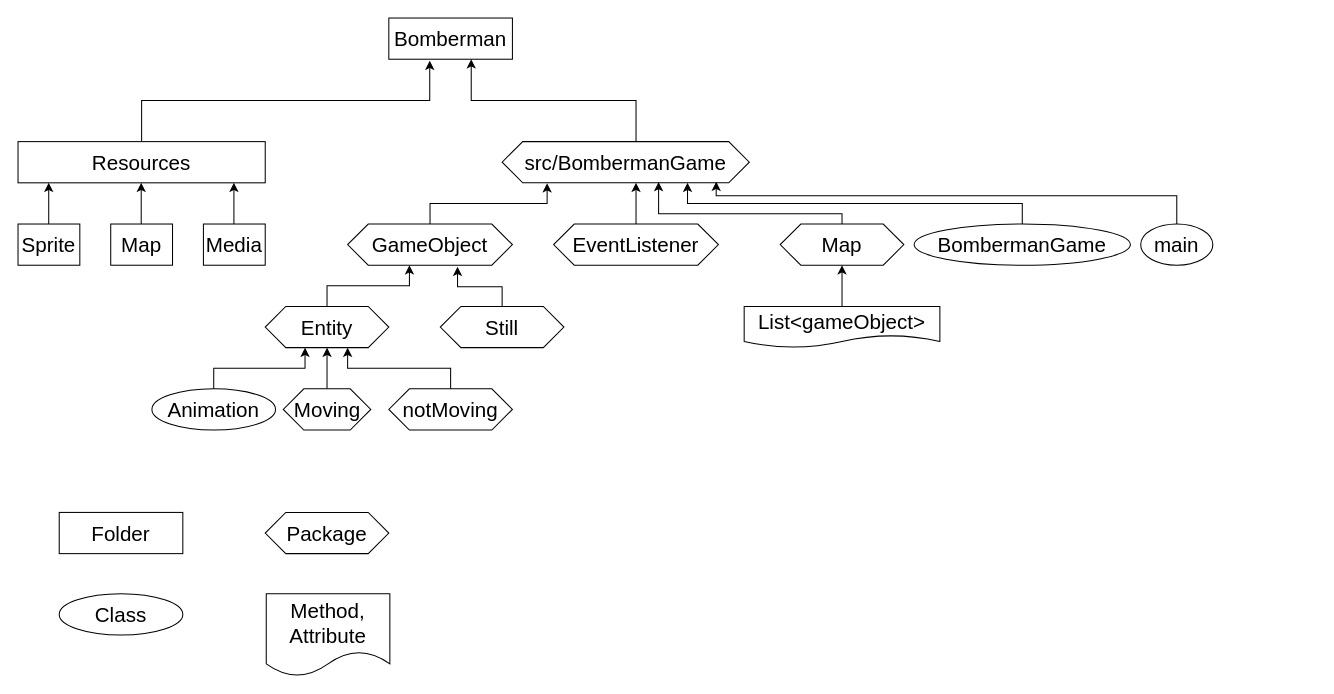
Above: diagram.drawio in duoccn1uet/BombermanGame (draw.io), before the change. Source tidied: cells renumbered, new cells numbered last; positions are measured from the earlier drawing's top-left corner, leaving out a move shared by most shapes. Both pictures are drawn from the tidied source at 103%, with x=0, y=0 at pixel (18, 18).
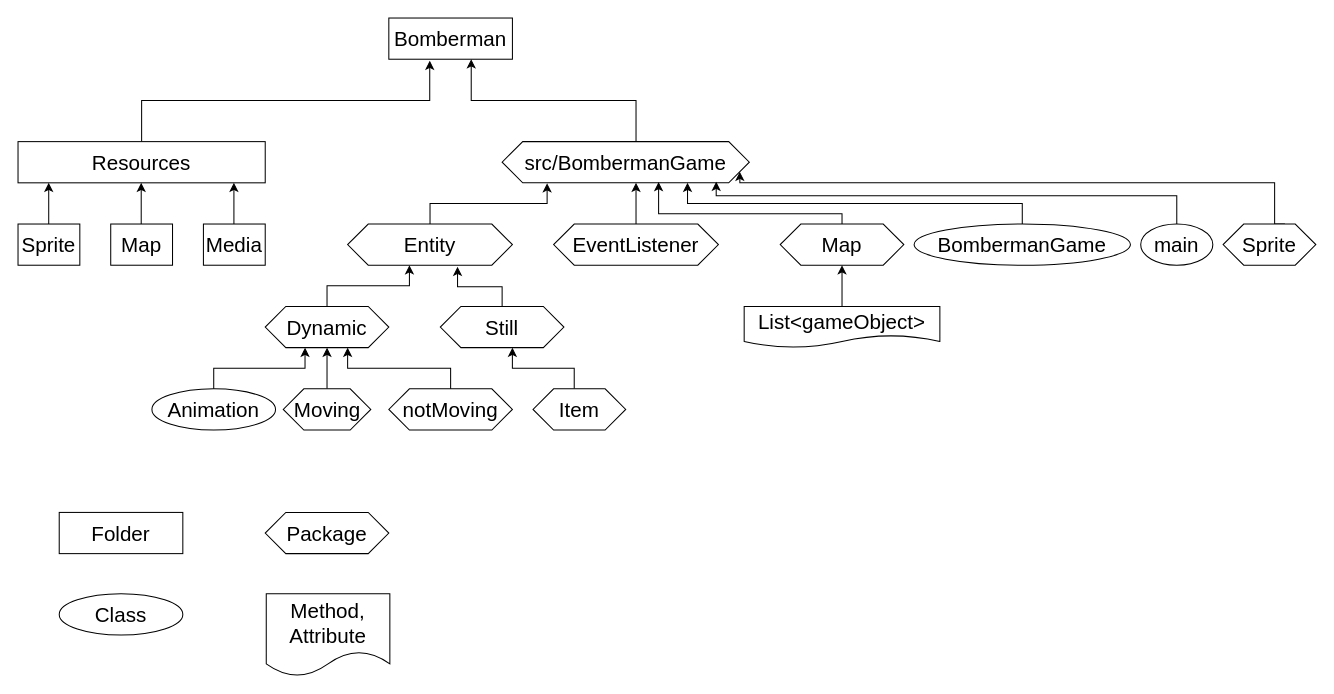
The same page after the edit.

Unchanged cells that the change refers to:
```xml
<mxCell id="12" value="src/BombermanGame" style="shape=hexagon;perimeter=hexagonPerimeter2;whiteSpace=wrap;html=1;fixedSize=1;fontFamily=Helvetica;fontSize=20;" parent="1" vertex="1">
  <mxGeometry x="470" y="120" width="240" height="40" as="geometry" />
</mxCell>
<mxCell id="24" value="Still" style="shape=hexagon;perimeter=hexagonPerimeter2;whiteSpace=wrap;html=1;fixedSize=1;fontFamily=Helvetica;fontSize=20;" parent="1" vertex="1">
  <mxGeometry x="410" y="280" width="120" height="40" as="geometry" />
</mxCell>
```

Diff of the diagram source:
```diff
@@
-    <mxCell id="14" value="GameObject" style="shape=hexagon;perimeter=hexagonPerimeter2;whiteSpace=wrap;html=1;fixedSize=1;fontFamily=Helvetica;fontSize=20;" parent="1" vertex="1">
+    <mxCell id="14" value="Entity" style="shape=hexagon;perimeter=hexagonPerimeter2;whiteSpace=wrap;html=1;fixedSize=1;fontFamily=Helvetica;fontSize=20;" parent="1" vertex="1">
       <mxGeometry x="320" y="200" width="160" height="40" as="geometry" />
     </mxCell>
@@
-    <mxCell id="16" value="Entity" style="shape=hexagon;perimeter=hexagonPerimeter2;whiteSpace=wrap;html=1;fixedSize=1;fontFamily=Helvetica;fontSize=20;" parent="1" vertex="1">
+    <mxCell id="16" value="Dynamic" style="shape=hexagon;perimeter=hexagonPerimeter2;whiteSpace=wrap;html=1;fixedSize=1;fontFamily=Helvetica;fontSize=20;" parent="1" vertex="1">
       <mxGeometry x="240" y="280" width="120" height="40" as="geometry" />
     </mxCell>
@@
+    <mxCell id="40" style="edgeStyle=segmentEdgeStyle;endArrow=classic;html=1;rounded=0;entryX=1;entryY=0.75;entryDx=0;entryDy=0;" parent="1" edge="1" target="12">
+      <mxGeometry relative="1" as="geometry">
+        <mxPoint x="1230" y="200" as="sourcePoint" />
+        <Array as="points">
+          <mxPoint x="1220" y="200" />
+          <mxPoint x="1220" y="160" />
+          <mxPoint x="701" y="160" />
+        </Array>
+      </mxGeometry>
+    </mxCell>
+    <mxCell id="41" value="&lt;font style=&quot;font-size: 20px;&quot;&gt;Sprite&lt;/font&gt;" style="shape=hexagon;perimeter=hexagonPerimeter2;whiteSpace=wrap;html=1;fixedSize=1;" parent="1" vertex="1">
+      <mxGeometry x="1170" y="200" width="90" height="40" as="geometry" />
+    </mxCell>
+    <mxCell id="42" style="edgeStyle=elbowEdgeStyle;elbow=vertical;endArrow=classic;html=1;rounded=0;fontSize=20;entryX=0.583;entryY=1;entryDx=0;entryDy=0;entryPerimeter=0;" parent="1" edge="1" target="24">
+      <mxGeometry relative="1" as="geometry">
+        <mxPoint x="540" y="360" as="sourcePoint" />
+        <Array as="points">
+          <mxPoint x="520" y="340" />
+        </Array>
+      </mxGeometry>
+    </mxCell>
+    <mxCell id="43" value="Item" style="shape=hexagon;perimeter=hexagonPerimeter2;whiteSpace=wrap;html=1;fixedSize=1;fontSize=20;" parent="1" vertex="1">
+      <mxGeometry x="500" y="360" width="90" height="40" as="geometry" />
+    </mxCell>
```
